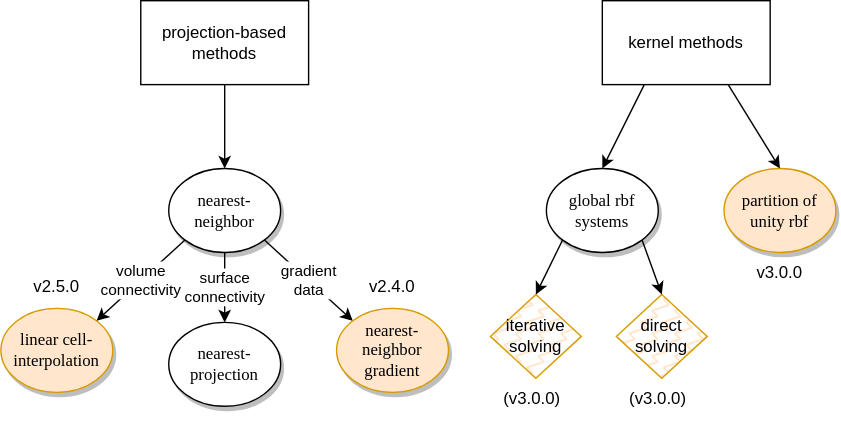
This is images/docs/configuration/doc-mapping-options.svg from precice/precice.github.io, a draw.io export, as it was before one commit. Source tidied: cells renumbered, new cells last; positions are measured from the earlier drawing's top-left corner, leaving out a move shared by most shapes.
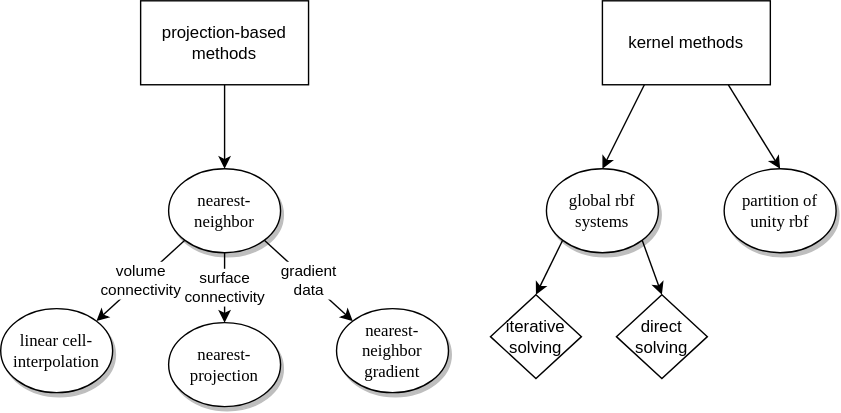
The same file after the commit.

Change to the diagram source:
```diff
@@ -17,7 +17,7 @@
     <mxCell id="6" value="&lt;div&gt;nearest-&lt;/div&gt;projection" style="ellipse;whiteSpace=wrap;html=1;rounded=0;shadow=1;comic=0;labelBackgroundColor=none;strokeWidth=1;fontFamily=Verdana;fontSize=12;align=center;" parent="1" vertex="1">
       <mxGeometry x="120" y="230" width="80" height="60" as="geometry" />
     </mxCell>
-    <mxCell id="7" value="linear cell-interpolation" style="ellipse;whiteSpace=wrap;html=1;rounded=0;shadow=1;comic=0;labelBackgroundColor=none;strokeWidth=1;fontFamily=Verdana;fontSize=12;align=center;fillColor=#ffe6cc;strokeColor=#d79b00;" parent="1" vertex="1">
+    <mxCell id="7" value="linear cell-interpolation" style="ellipse;whiteSpace=wrap;html=1;rounded=0;shadow=1;comic=0;labelBackgroundColor=none;strokeWidth=1;fontFamily=Verdana;fontSize=12;align=center;" parent="1" vertex="1">
       <mxGeometry y="220" width="80" height="60" as="geometry" />
     </mxCell>
     <mxCell id="8" style="endArrow=classic;html=1;rounded=0;entryX=1;entryY=0;entryDx=0;entryDy=0;exitX=0;exitY=1;exitDx=0;exitDy=0;" parent="1" edge="1" source="3" target="7">
@@ -32,7 +32,7 @@
     <mxCell id="11" value="gradient&lt;br&gt;data" style="edgeLabel;html=1;align=center;verticalAlign=middle;" parent="10" vertex="1">
       <mxGeometry relative="1" as="geometry" />
     </mxCell>
-    <mxCell id="12" value="&lt;div&gt;nearest-&lt;/div&gt;&lt;div&gt;neighbor&lt;br&gt;&lt;/div&gt;gradient" style="ellipse;whiteSpace=wrap;html=1;rounded=0;shadow=1;comic=0;labelBackgroundColor=none;strokeWidth=1;fontFamily=Verdana;fontSize=12;align=center;fillColor=#ffe6cc;strokeColor=#d79b00;" parent="1" vertex="1">
+    <mxCell id="12" value="&lt;div&gt;nearest-&lt;/div&gt;&lt;div&gt;neighbor&lt;br&gt;&lt;/div&gt;gradient" style="ellipse;whiteSpace=wrap;html=1;rounded=0;shadow=1;comic=0;labelBackgroundColor=none;strokeWidth=1;fontFamily=Verdana;fontSize=12;align=center;" parent="1" vertex="1">
       <mxGeometry x="240" y="220" width="80" height="60" as="geometry" />
     </mxCell>
     <mxCell id="13" style="edgeStyle=orthogonalEdgeStyle;rounded=0;jettySize=auto;html=1;entryX=0.5;entryY=0;entryDx=0;entryDy=0;" parent="1" edge="1" source="14" target="3">
@@ -44,7 +44,7 @@
     <mxCell id="15" value="kernel methods" style="rounded=0;whiteSpace=wrap;html=1;" parent="1" vertex="1">
       <mxGeometry x="430" width="120" height="60" as="geometry" />
     </mxCell>
-    <mxCell id="16" value="partition of&lt;br&gt;unity rbf" style="ellipse;whiteSpace=wrap;html=1;rounded=0;shadow=1;comic=0;labelBackgroundColor=none;strokeWidth=1;fontFamily=Verdana;fontSize=12;align=center;fillColor=#ffe6cc;strokeColor=#d79b00;" parent="1" vertex="1">
+    <mxCell id="16" value="partition of&lt;br&gt;unity rbf" style="ellipse;whiteSpace=wrap;html=1;rounded=0;shadow=1;comic=0;labelBackgroundColor=none;strokeWidth=1;fontFamily=Verdana;fontSize=12;align=center;" parent="1" vertex="1">
       <mxGeometry x="517" y="120" width="80" height="60" as="geometry" />
     </mxCell>
     <mxCell id="17" style="endArrow=classic;html=1;rounded=0;exitX=0.25;exitY=1;exitDx=0;exitDy=0;entryX=0.5;entryY=0;entryDx=0;entryDy=0;" parent="1" edge="1" source="15" target="2">
@@ -53,10 +53,10 @@
     <mxCell id="18" style="endArrow=classic;html=1;rounded=0;exitX=0.75;exitY=1;exitDx=0;exitDy=0;entryX=0.5;entryY=0;entryDx=0;entryDy=0;" parent="1" edge="1" source="15" target="16">
       <mxGeometry relative="1" as="geometry" />
     </mxCell>
-    <mxCell id="19" value="direct&lt;br&gt;solving" style="rhombus;whiteSpace=wrap;html=1;fillColor=#ffe6cc;strokeColor=#d79b00;fillStyle=zigzag-line;" parent="1" vertex="1">
+    <mxCell id="19" value="direct&lt;br&gt;solving" style="rhombus;whiteSpace=wrap;html=1;" parent="1" vertex="1">
       <mxGeometry x="440" y="210" width="65" height="60" as="geometry" />
     </mxCell>
-    <mxCell id="20" value="iterative&lt;br&gt;solving" style="rhombus;whiteSpace=wrap;html=1;fillStyle=zigzag-line;fillColor=#ffe6cc;strokeColor=#d79b00;" parent="1" vertex="1">
+    <mxCell id="20" value="iterative&lt;br&gt;solving" style="rhombus;whiteSpace=wrap;html=1;" parent="1" vertex="1">
       <mxGeometry x="350" y="210" width="65" height="60" as="geometry" />
     </mxCell>
     <mxCell id="21" style="endArrow=classic;html=1;rounded=0;entryX=0.5;entryY=0;entryDx=0;entryDy=0;exitX=0;exitY=1;exitDx=0;exitDy=0;" parent="1" edge="1" source="2" target="20">
@@ -65,20 +65,5 @@
     <mxCell id="22" style="endArrow=classic;html=1;rounded=0;exitX=1;exitY=1;exitDx=0;exitDy=0;entryX=0.5;entryY=0;entryDx=0;entryDy=0;" parent="1" edge="1" source="2" target="19">
       <mxGeometry relative="1" as="geometry" />
     </mxCell>
-    <mxCell id="23" value="v3.0.0" style="text;html=1;strokeColor=none;fillColor=none;align=center;verticalAlign=middle;whiteSpace=wrap;rounded=0;" parent="1" vertex="1">
-      <mxGeometry x="527" y="180" width="60" height="30" as="geometry" />
-    </mxCell>
-    <mxCell id="24" value="v2.5.0" style="text;html=1;strokeColor=none;fillColor=none;align=center;verticalAlign=middle;whiteSpace=wrap;rounded=0;" parent="1" vertex="1">
-      <mxGeometry x="10" y="190" width="60" height="30" as="geometry" />
-    </mxCell>
-    <mxCell id="25" value="v2.4.0" style="text;html=1;strokeColor=none;fillColor=none;align=center;verticalAlign=middle;whiteSpace=wrap;rounded=0;" parent="1" vertex="1">
-      <mxGeometry x="250" y="190" width="60" height="30" as="geometry" />
-    </mxCell>
-    <mxCell id="26" value="(v3.0.0)" style="text;html=1;strokeColor=none;fillColor=none;align=center;verticalAlign=middle;whiteSpace=wrap;rounded=0;" parent="1" vertex="1">
-      <mxGeometry x="440" y="270" width="60" height="30" as="geometry" />
-    </mxCell>
-    <mxCell id="27" value="(v3.0.0)" style="text;html=1;strokeColor=none;fillColor=none;align=center;verticalAlign=middle;whiteSpace=wrap;rounded=0;" parent="1" vertex="1">
-      <mxGeometry x="350" y="270" width="60" height="30" as="geometry" />
-    </mxCell>
   </root>
 </mxGraphModel>
```
